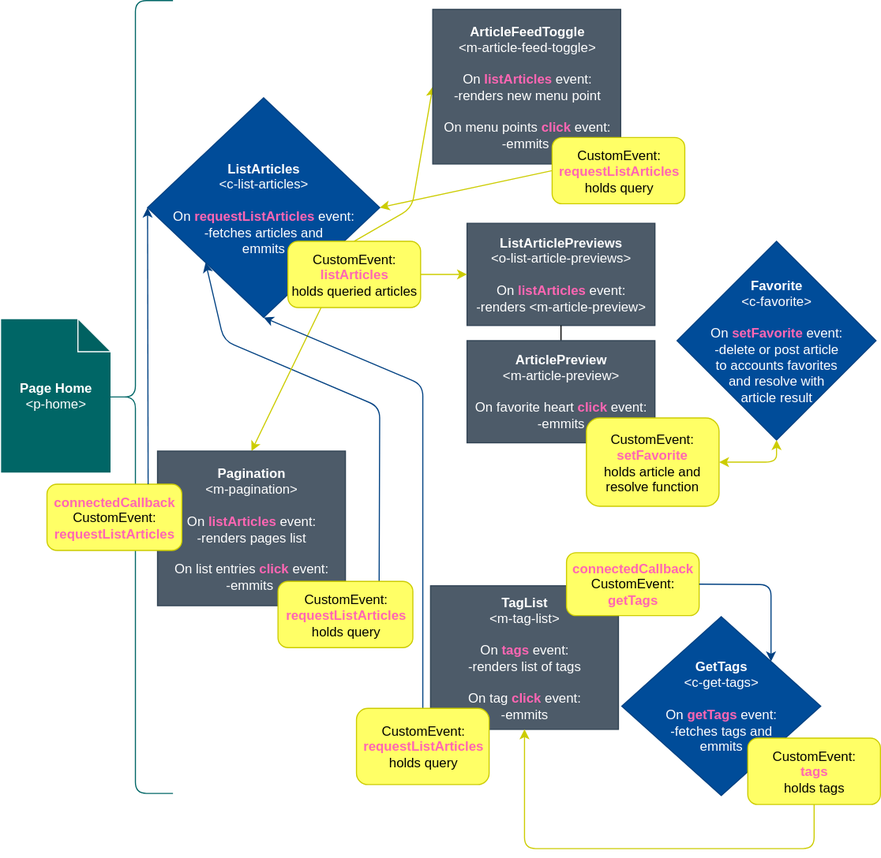
svetlyak40wt/event-driven-web-components-realworld-example-app keeps this draw.io diagram as diagrams/Home.drawio.svg. Above is the earlier version. Source tidied: cells renumbered, new cells last; positions are measured from the earlier drawing's top-left corner, leaving out a move shared by most shapes.
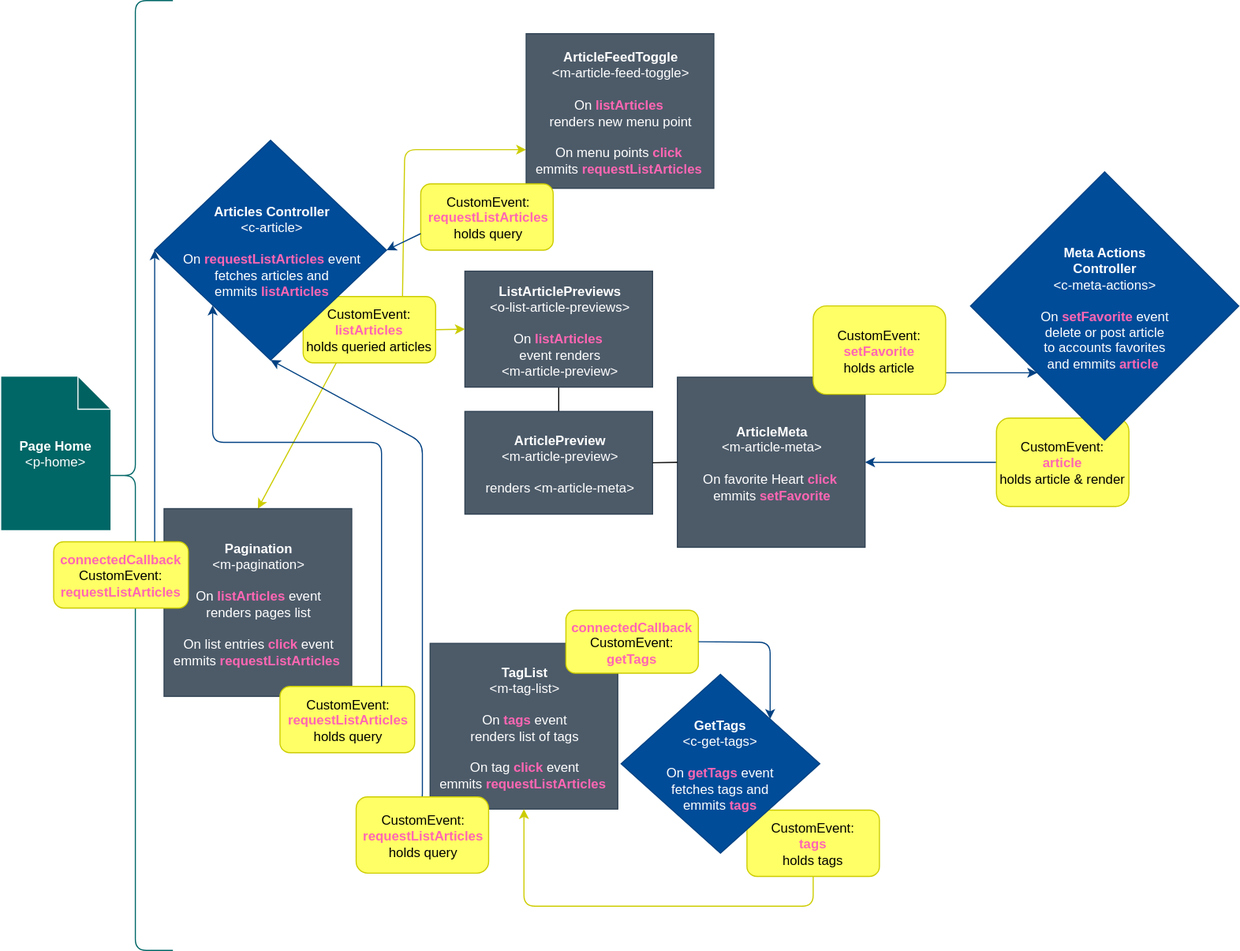
Later version of the same file.

Commit message:
docs: update chart for home

Diff of the diagram source:
```diff
@@ -4,2 +4,8 @@
     <mxCell id="1" parent="0" />
+    <mxCell id="38" style="edgeStyle=orthogonalEdgeStyle;rounded=0;jettySize=auto;html=1;exitX=0;exitY=0.5;exitDx=0;exitDy=0;strokeColor=#004182;" parent="1" edge="1" source="39" target="40">
+      <mxGeometry relative="1" as="geometry" />
+    </mxCell>
+    <mxCell id="39" value="&lt;span&gt;&lt;font color=&quot;#000000&quot;&gt;CustomEvent:&lt;/font&gt;&lt;br&gt;&lt;/span&gt;&lt;font color=&quot;#ff66b3&quot;&gt;&lt;b&gt;article&lt;/b&gt;&lt;/font&gt;&lt;br&gt;&lt;font color=&quot;#000000&quot;&gt;holds article &amp;amp; render&lt;br&gt;&lt;/font&gt;" style="rounded=1;whiteSpace=wrap;html=1;fillColor=#FFFF66;strokeColor=#CCCC00;fontColor=#ffffff;" parent="1" vertex="1">
+      <mxGeometry x="902" y="326" width="120" height="80" as="geometry" />
+    </mxCell>
     <mxCell id="2" value="&lt;span&gt;&lt;b&gt;Page Home&lt;/b&gt;&lt;/span&gt;&lt;br&gt;&lt;span&gt;&amp;lt;p-home&amp;gt;&lt;/span&gt;" style="shape=note;whiteSpace=wrap;html=1;backgroundOutline=1;darkOpacity=0.05;fillColor=#006666;strokeColor=#FFFFFF;fontColor=#ffffff;" parent="1" vertex="1">
@@ -7,6 +13,6 @@
     </mxCell>
-    <mxCell id="3" style="endArrow=classic;html=1;entryX=0;entryY=0.5;entryDx=0;entryDy=0;exitX=0.5;exitY=0;exitDx=0;exitDy=0;fillColor=#008a00;strokeColor=#CCCC00;" parent="1" edge="1" source="25" target="20">
+    <mxCell id="3" style="endArrow=classic;html=1;entryX=0;entryY=0.75;entryDx=0;entryDy=0;exitX=0.75;exitY=0;exitDx=0;exitDy=0;fillColor=#008a00;strokeColor=#CCCC00;" parent="1" edge="1" source="25" target="20">
       <mxGeometry relative="1" as="geometry">
         <Array as="points">
-          <mxPoint x="372" y="188" />
+          <mxPoint x="366" y="83" />
         </Array>
@@ -14,28 +20,8 @@
     </mxCell>
-    <mxCell id="4" style="endArrow=classic;html=1;exitX=0;exitY=0.5;exitDx=0;exitDy=0;fillColor=#0050ef;strokeColor=#CCCC00;entryX=1;entryY=0.5;entryDx=0;entryDy=0;" parent="1" edge="1" source="21" target="24">
-      <mxGeometry relative="1" as="geometry" />
-    </mxCell>
-    <mxCell id="5" value="&lt;b&gt;Favorite&lt;br&gt;&lt;/b&gt;&amp;lt;c-favorite&amp;gt;&lt;br&gt;&lt;br&gt;On &lt;font color=&quot;#ff66b3&quot;&gt;&lt;b&gt;setFavorite&lt;/b&gt;&lt;/font&gt;&amp;nbsp;event:&lt;br&gt;-delete or post article&lt;br&gt;to accounts favorites&lt;br&gt;and resolve with &lt;br&gt;article result" style="rhombus;whiteSpace=wrap;html=1;fillColor=#004C99;strokeColor=#004182;fontColor=#ffffff;" parent="1" vertex="1">
-      <mxGeometry x="612" y="218" width="180" height="180" as="geometry" />
-    </mxCell>
     <mxCell id="6" style="shape=curlyBracket;whiteSpace=wrap;html=1;rounded=1;fillColor=#006666;strokeColor=#006666;fontColor=#ffffff;" parent="1" vertex="1">
-      <mxGeometry x="88" width="68" height="718" as="geometry" />
+      <mxGeometry x="88" y="-52" width="68" height="860" as="geometry" />
     </mxCell>
-    <mxCell id="7" value="&lt;b&gt;ListArticlePreviews&lt;/b&gt;&lt;br&gt;&amp;lt;o-list-article-previews&amp;gt;&lt;br&gt;&lt;br&gt;On &lt;b&gt;&lt;font color=&quot;#ff66b3&quot;&gt;listArticles&lt;/font&gt;&lt;/b&gt;&amp;nbsp;event:&lt;br&gt;-renders &amp;lt;m-article-preview&amp;gt;" style="whiteSpace=wrap;html=1;fillColor=#4D5B69;strokeColor=#314354;fontColor=#ffffff;" parent="1" vertex="1">
-      <mxGeometry x="422" y="201.8" width="170" height="92.5" as="geometry" />
-    </mxCell>
-    <mxCell id="8" style="endArrow=classic;html=1;entryX=0;entryY=0.5;entryDx=0;entryDy=0;exitX=1;exitY=0.5;exitDx=0;exitDy=0;fillColor=#008a00;strokeColor=#CCCC00;" parent="1" edge="1" source="25" target="7">
-      <mxGeometry relative="1" as="geometry" />
-    </mxCell>
-    <mxCell id="9" style="endArrow=none;html=1;entryX=0.5;entryY=1;entryDx=0;entryDy=0;exitX=0.5;exitY=0;exitDx=0;exitDy=0;" parent="1" edge="1" source="17" target="7">
+    <mxCell id="9" style="endArrow=none;html=1;entryX=0.5;entryY=1;entryDx=0;entryDy=0;exitX=0.5;exitY=0;exitDx=0;exitDy=0;exitPerimeter=0;" parent="1" edge="1" source="17" target="7">
       <mxGeometry relative="1" as="geometry" />
     </mxCell>
-    <mxCell id="10" style="endArrow=classic;html=1;exitX=0.75;exitY=0;exitDx=0;exitDy=0;entryX=0;entryY=1;entryDx=0;entryDy=0;fillColor=#0050ef;strokeColor=#004182;" parent="1" edge="1" source="14" target="24">
-      <mxGeometry relative="1" as="geometry">
-        <Array as="points">
-          <mxPoint x="343" y="368" />
-          <mxPoint x="202" y="308" />
-        </Array>
-      </mxGeometry>
-    </mxCell>
     <mxCell id="11" style="endArrow=classic;html=1;entryX=0.5;entryY=0;entryDx=0;entryDy=0;exitX=0.25;exitY=1;exitDx=0;exitDy=0;fillColor=#008a00;strokeColor=#CCCC00;" parent="1" edge="1" source="25" target="13">
@@ -44,9 +30,9 @@
     <mxCell id="12" style="group;" parent="1" vertex="1">
-      <mxGeometry x="142" y="408" width="231" height="178" as="geometry" />
+      <mxGeometry x="148" y="408" width="231" height="178" as="geometry" />
     </mxCell>
-    <mxCell id="13" value="&lt;b&gt;Pagination&lt;/b&gt;&lt;br&gt;&amp;lt;m-pagination&amp;gt;&lt;br&gt;&lt;br&gt;On &lt;b&gt;&lt;font color=&quot;#ff66b3&quot;&gt;listArticles&lt;/font&gt;&lt;/b&gt;&amp;nbsp;event:&lt;br&gt;-renders pages list&lt;br&gt;&lt;br&gt;On list entries&amp;nbsp;&lt;font color=&quot;#ff66b3&quot;&gt;&lt;b&gt;click&lt;/b&gt;&lt;/font&gt; event:&lt;br&gt;-emmits&amp;nbsp;" style="whiteSpace=wrap;html=1;fillColor=#4D5B69;strokeColor=#314354;fontColor=#ffffff;" parent="12" vertex="1">
-      <mxGeometry width="170" height="140" as="geometry" />
+    <mxCell id="13" value="&lt;b&gt;Pagination&lt;/b&gt;&lt;br&gt;&amp;lt;m-pagination&amp;gt;&lt;br&gt;&lt;br&gt;On &lt;b&gt;&lt;font color=&quot;#ff66b3&quot;&gt;listArticles&lt;/font&gt;&lt;/b&gt;&amp;nbsp;event&lt;br&gt;renders pages list&lt;br&gt;&lt;br&gt;On list entries&amp;nbsp;&lt;font color=&quot;#ff66b3&quot;&gt;&lt;b&gt;click&lt;/b&gt;&lt;/font&gt; event&lt;br&gt;emmits &lt;b&gt;&lt;font color=&quot;#ff66b3&quot;&gt;requestListArticles&amp;nbsp;&lt;/font&gt;&lt;/b&gt;" style="whiteSpace=wrap;html=1;fillColor=#4D5B69;strokeColor=#314354;fontColor=#ffffff;" parent="12" vertex="1">
+      <mxGeometry width="170" height="170" as="geometry" />
     </mxCell>
     <mxCell id="14" value="&lt;span&gt;&lt;font color=&quot;#000000&quot;&gt;CustomEvent:&lt;/font&gt;&lt;br&gt;&lt;/span&gt;&lt;font color=&quot;#ff66b3&quot;&gt;&lt;b&gt;requestListArticles&lt;/b&gt;&lt;/font&gt;&lt;br&gt;&lt;font color=&quot;#000000&quot;&gt;holds query&lt;/font&gt;" style="rounded=1;whiteSpace=wrap;html=1;fillColor=#FFFF66;strokeColor=#CCCC00;fontColor=#ffffff;" parent="12" vertex="1">
-      <mxGeometry x="109" y="118" width="122" height="60" as="geometry" />
+      <mxGeometry x="105" y="161" width="122" height="60" as="geometry" />
     </mxCell>
@@ -56,31 +42,37 @@
     <mxCell id="16" style="group;" parent="1" vertex="1">
-      <mxGeometry x="422" y="308" width="228" height="150" as="geometry" />
+      <mxGeometry x="420.5" y="320" width="362" height="150" as="geometry" />
     </mxCell>
-    <mxCell id="17" value="&lt;b&gt;ArticlePreview&lt;br&gt;&lt;/b&gt;&amp;lt;m-article-preview&amp;gt;&lt;br&gt;&lt;br&gt;On favorite heart&amp;nbsp;&lt;font color=&quot;#ff66b3&quot;&gt;&lt;b&gt;click&lt;/b&gt;&lt;/font&gt;&amp;nbsp;event:&lt;br&gt;-emmits" style="whiteSpace=wrap;html=1;fillColor=#4D5B69;strokeColor=#314354;fontColor=#ffffff;" parent="16" vertex="1">
-      <mxGeometry width="170" height="92.5" as="geometry" />
+    <mxCell id="17" value="&lt;b&gt;ArticlePreview&lt;br&gt;&lt;/b&gt;&amp;lt;m-article-preview&amp;gt;&lt;br&gt;&lt;br&gt;renders &amp;lt;m-article-meta&amp;gt;" style="whiteSpace=wrap;html=1;fillColor=#4D5B69;strokeColor=#314354;fontColor=#ffffff;" parent="16" vertex="1">
+      <mxGeometry width="170" height="93" as="geometry" />
     </mxCell>
-    <mxCell id="18" value="&lt;span&gt;&lt;font color=&quot;#000000&quot;&gt;CustomEvent:&lt;/font&gt;&lt;br&gt;&lt;/span&gt;&lt;font color=&quot;#ff66b3&quot;&gt;&lt;b&gt;setFavorite&lt;/b&gt;&lt;/font&gt;&lt;br&gt;&lt;font color=&quot;#000000&quot;&gt;holds article and resolve function&lt;/font&gt;" style="rounded=1;whiteSpace=wrap;html=1;fillColor=#FFFF66;strokeColor=#CCCC00;fontColor=#ffffff;" parent="16" vertex="1">
-      <mxGeometry x="108" y="70" width="120" height="80" as="geometry" />
-    </mxCell>
     <mxCell id="19" style="group;" parent="1" vertex="1">
-      <mxGeometry x="391" y="8" width="228" height="176" as="geometry" />
+      <mxGeometry x="476" y="-22" width="228" height="176" as="geometry" />
     </mxCell>
-    <mxCell id="20" value="&lt;b&gt;ArticleFeedToggle&lt;/b&gt;&lt;br&gt;&amp;lt;m-article-feed-toggle&amp;gt;&lt;br&gt;&lt;br&gt;On &lt;font color=&quot;#ff66b3&quot;&gt;&lt;b&gt;listArticles&lt;/b&gt;&lt;/font&gt;&amp;nbsp;event:&lt;br&gt;-renders new menu point&lt;br&gt;&lt;br&gt;On menu points &lt;font color=&quot;#ff66b3&quot;&gt;&lt;b&gt;click&lt;/b&gt;&lt;/font&gt; event:&lt;br&gt;-emmits&amp;nbsp;" style="whiteSpace=wrap;html=1;fillColor=#4D5B69;strokeColor=#314354;fontColor=#ffffff;" parent="19" vertex="1">
+    <mxCell id="20" value="&lt;b&gt;ArticleFeedToggle&lt;/b&gt;&lt;br&gt;&amp;lt;m-article-feed-toggle&amp;gt;&lt;br&gt;&lt;br&gt;On &lt;font color=&quot;#ff66b3&quot;&gt;&lt;b&gt;listArticles&lt;/b&gt;&lt;/font&gt;&amp;nbsp;&lt;br&gt;renders new menu point&lt;br&gt;&lt;br&gt;On menu points &lt;font color=&quot;#ff66b3&quot;&gt;&lt;b&gt;click&amp;nbsp;&lt;br&gt;&lt;/b&gt;&lt;/font&gt;emmits &lt;font color=&quot;#ff66b3&quot;&gt;&lt;b&gt;requestListArticles&amp;nbsp;&lt;/b&gt;&lt;/font&gt;" style="whiteSpace=wrap;html=1;fillColor=#4D5B69;strokeColor=#314354;fontColor=#ffffff;align=center;" parent="19" vertex="1">
       <mxGeometry width="170" height="140" as="geometry" />
     </mxCell>
-    <mxCell id="21" value="&lt;span&gt;&lt;font color=&quot;#000000&quot;&gt;CustomEvent:&lt;/font&gt;&lt;br&gt;&lt;/span&gt;&lt;font color=&quot;#ff66b3&quot;&gt;&lt;b&gt;requestListArticles&lt;/b&gt;&lt;/font&gt;&lt;br&gt;&lt;font color=&quot;#000000&quot;&gt;holds query&lt;/font&gt;" style="rounded=1;whiteSpace=wrap;html=1;fillColor=#FFFF66;strokeColor=#CCCC00;fontColor=#ffffff;" parent="19" vertex="1">
-      <mxGeometry x="108" y="116" width="120" height="60" as="geometry" />
-    </mxCell>
     <mxCell id="22" style="group;" parent="1" vertex="1">
-      <mxGeometry x="192" y="68" width="247" height="199" as="geometry" />
+      <mxGeometry x="199.5" y="66" width="391" height="233" as="geometry" />
     </mxCell>
     <mxCell id="23" style="group;" parent="22" vertex="1">
-      <mxGeometry x="-59" y="20" width="247" height="199" as="geometry" />
+      <mxGeometry x="-29.5" y="34" width="330.5" height="199" as="geometry" />
     </mxCell>
+    <mxCell id="25" value="&lt;span&gt;&lt;font color=&quot;#000000&quot;&gt;CustomEvent:&lt;/font&gt;&lt;br&gt;&lt;/span&gt;&lt;b style=&quot;color: rgb(255 , 102 , 179)&quot;&gt;listArticles&lt;br&gt;&lt;/b&gt;&lt;font color=&quot;#000000&quot;&gt;holds queried articles&lt;/font&gt;" style="rounded=1;whiteSpace=wrap;html=1;fillColor=#FFFF66;strokeColor=#CCCC00;fontColor=#ffffff;" parent="23" vertex="1">
+      <mxGeometry x="104" y="116" width="120" height="60" as="geometry" />
+    </mxCell>
-    <mxCell id="24" value="&lt;b&gt;ListArticles&lt;/b&gt;&lt;br&gt;&amp;lt;c-list-articles&amp;gt;&lt;br&gt;&lt;br&gt;On&amp;nbsp;&lt;font color=&quot;#ff66b3&quot;&gt;&lt;b&gt;requestListArticles&lt;/b&gt;&lt;/font&gt;&amp;nbsp;event:&lt;br&gt;-fetches articles and&lt;br&gt;emmits" style="rhombus;whiteSpace=wrap;html=1;fillColor=#004C99;strokeColor=#004182;fontColor=#ffffff;" parent="23" vertex="1">
-      <mxGeometry width="210" height="199" as="geometry" />
+    <mxCell id="24" value="&lt;b&gt;Articles Controller&lt;/b&gt;&lt;br&gt;&amp;lt;c-article&amp;gt;&lt;br&gt;&lt;br&gt;On&amp;nbsp;&lt;font color=&quot;#ff66b3&quot;&gt;&lt;b&gt;requestListArticles&lt;/b&gt;&lt;/font&gt;&amp;nbsp;event &lt;br&gt;fetches articles and&lt;br&gt;emmits &lt;b&gt;&lt;font color=&quot;#ff66b3&quot;&gt;listArticles&lt;/font&gt;&lt;/b&gt;" style="rhombus;whiteSpace=wrap;html=1;fillColor=#004C99;strokeColor=#004182;fontColor=#ffffff;" parent="23" vertex="1">
+      <mxGeometry x="-30.5" y="-25.5" width="210" height="199" as="geometry" />
     </mxCell>
-    <mxCell id="25" value="&lt;span&gt;&lt;font color=&quot;#000000&quot;&gt;CustomEvent:&lt;/font&gt;&lt;br&gt;&lt;/span&gt;&lt;font color=&quot;#ff66b3&quot;&gt;&lt;b&gt;listArticles&lt;/b&gt;&lt;/font&gt;&lt;br&gt;&lt;font color=&quot;#000000&quot;&gt;holds queried articles&lt;/font&gt;" style="rounded=1;whiteSpace=wrap;html=1;fillColor=#FFFF66;strokeColor=#CCCC00;fontColor=#ffffff;" parent="23" vertex="1">
-      <mxGeometry x="127" y="130" width="120" height="60" as="geometry" />
-    </mxCell>
+    <mxCell id="21" value="&lt;span&gt;&lt;font color=&quot;#000000&quot;&gt;CustomEvent:&lt;/font&gt;&lt;br&gt;&lt;/span&gt;&lt;font color=&quot;#ff66b3&quot;&gt;&lt;b&gt;requestListArticles&lt;/b&gt;&lt;/font&gt;&lt;br&gt;&lt;font color=&quot;#000000&quot;&gt;holds query&lt;/font&gt;" style="rounded=1;whiteSpace=wrap;html=1;fillColor=#FFFF66;strokeColor=#CCCC00;fontColor=#ffffff;" parent="23" vertex="1">
+      <mxGeometry x="210.5" y="14" width="120" height="60" as="geometry" />
+    </mxCell>
+    <mxCell id="4" style="endArrow=classic;html=1;exitX=0;exitY=0.75;exitDx=0;exitDy=0;fillColor=#0050ef;strokeColor=#004182;entryX=1;entryY=0.5;entryDx=0;entryDy=0;" parent="23" edge="1" source="21" target="24">
+      <mxGeometry relative="1" as="geometry" />
+    </mxCell>
+    <mxCell id="7" value="&lt;b&gt;ListArticlePreviews&lt;/b&gt;&lt;br&gt;&amp;lt;o-list-article-previews&amp;gt;&lt;br&gt;&lt;br&gt;On&amp;nbsp;&lt;b style=&quot;color: rgb(255 , 102 , 179)&quot;&gt;listArticles&amp;nbsp;&lt;br&gt;&lt;/b&gt;event&amp;nbsp;renders &lt;br&gt;&amp;lt;m-article-preview&amp;gt;" style="whiteSpace=wrap;html=1;fillColor=#4D5B69;strokeColor=#314354;fontColor=#ffffff;" parent="22" vertex="1">
+      <mxGeometry x="221" y="127" width="170" height="105" as="geometry" />
+    </mxCell>
+    <mxCell id="8" style="endArrow=classic;html=1;entryX=0;entryY=0.5;entryDx=0;entryDy=0;exitX=1;exitY=0.5;exitDx=0;exitDy=0;fillColor=#008a00;strokeColor=#CCCC00;" parent="22" edge="1" source="25" target="7">
+      <mxGeometry relative="1" as="geometry" />
+    </mxCell>
     <mxCell id="26" style="group;" parent="1" vertex="1">
@@ -88,4 +80,4 @@
     </mxCell>
-    <mxCell id="27" value="&lt;b&gt;TagList&lt;br&gt;&lt;/b&gt;&amp;lt;m-tag-list&amp;gt;&lt;br&gt;&lt;br&gt;On&amp;nbsp;&lt;font color=&quot;#ff66b3&quot;&gt;&lt;b&gt;tags&lt;/b&gt;&lt;/font&gt;&amp;nbsp;event:&lt;br&gt;-renders list of tags&lt;br&gt;&lt;br&gt;On tag&amp;nbsp;&lt;font color=&quot;#ff66b3&quot;&gt;&lt;b&gt;click&lt;/b&gt;&lt;/font&gt;&amp;nbsp;event:&lt;br&gt;-emmits" style="whiteSpace=wrap;html=1;fillColor=#4D5B69;strokeColor=#314354;fontColor=#ffffff;" parent="26" vertex="1">
-      <mxGeometry width="170" height="130" as="geometry" />
+    <mxCell id="27" value="&lt;b&gt;TagList&lt;br&gt;&lt;/b&gt;&amp;lt;m-tag-list&amp;gt;&lt;br&gt;&lt;br&gt;On&amp;nbsp;&lt;font color=&quot;#ff66b3&quot;&gt;&lt;b&gt;tags&lt;/b&gt;&lt;/font&gt;&amp;nbsp;event&lt;br&gt;renders list of tags&lt;br&gt;&lt;br&gt;On tag&amp;nbsp;&lt;font color=&quot;#ff66b3&quot;&gt;&lt;b&gt;click&lt;/b&gt;&lt;/font&gt;&amp;nbsp;event&lt;br&gt;emmits&amp;nbsp;&lt;b&gt;&lt;font color=&quot;#ff66b3&quot;&gt;requestListArticles&amp;nbsp;&lt;/font&gt;&lt;/b&gt;" style="whiteSpace=wrap;html=1;fillColor=#4D5B69;strokeColor=#314354;fontColor=#ffffff;" parent="26" vertex="1">
+      <mxGeometry width="170" height="150" as="geometry" />
     </mxCell>
@@ -105,17 +97,10 @@
     </mxCell>
+    <mxCell id="32" value="&lt;span&gt;&lt;font color=&quot;#000000&quot;&gt;CustomEvent:&lt;br&gt;&lt;/font&gt;&lt;/span&gt;&lt;font color=&quot;#ff66b3&quot;&gt;&lt;b&gt;tags&lt;/b&gt;&lt;/font&gt;&lt;br&gt;&lt;font color=&quot;#000000&quot;&gt;holds tags&lt;/font&gt;" style="rounded=1;whiteSpace=wrap;html=1;fillColor=#FFFF66;strokeColor=#CCCC00;fontColor=#ffffff;" parent="30" vertex="1">
+      <mxGeometry x="114" y="123" width="120" height="60" as="geometry" />
+    </mxCell>
-    <mxCell id="31" value="&lt;b&gt;GetTags&lt;br&gt;&lt;/b&gt;&amp;lt;c-get-tags&amp;gt;&lt;br&gt;&lt;br&gt;On &lt;font color=&quot;#ff66b3&quot;&gt;&lt;b&gt;getTags&lt;/b&gt;&lt;/font&gt;&amp;nbsp;event:&lt;br&gt;-fetches tags and&lt;br&gt;emmits" style="rhombus;whiteSpace=wrap;html=1;fillColor=#004C99;strokeColor=#004182;fontColor=#ffffff;" parent="30" vertex="1">
+    <mxCell id="31" value="&lt;b&gt;GetTags&lt;br&gt;&lt;/b&gt;&amp;lt;c-get-tags&amp;gt;&lt;br&gt;&lt;br&gt;On &lt;font color=&quot;#ff66b3&quot;&gt;&lt;b&gt;getTags&lt;/b&gt;&lt;/font&gt;&amp;nbsp;event &lt;br&gt;fetches tags and&lt;br&gt;emmits &lt;b&gt;&lt;font color=&quot;#ff66b3&quot;&gt;tags&lt;/font&gt;&lt;/b&gt;" style="rhombus;whiteSpace=wrap;html=1;fillColor=#004C99;strokeColor=#004182;fontColor=#ffffff;" parent="30" vertex="1">
       <mxGeometry width="180" height="162" as="geometry" />
     </mxCell>
-    <mxCell id="32" value="&lt;span&gt;&lt;font color=&quot;#000000&quot;&gt;CustomEvent:&lt;br&gt;&lt;/font&gt;&lt;/span&gt;&lt;font color=&quot;#ff66b3&quot;&gt;&lt;b&gt;tags&lt;/b&gt;&lt;/font&gt;&lt;br&gt;&lt;font color=&quot;#000000&quot;&gt;holds tags&lt;/font&gt;" style="rounded=1;whiteSpace=wrap;html=1;fillColor=#FFFF66;strokeColor=#CCCC00;fontColor=#ffffff;" parent="30" vertex="1">
-      <mxGeometry x="114" y="110" width="120" height="60" as="geometry" />
-    </mxCell>
-    <mxCell id="33" style="endArrow=classic;startArrow=classic;html=1;entryX=0.5;entryY=1;entryDx=0;entryDy=0;exitX=1;exitY=0.5;exitDx=0;exitDy=0;fillColor=#008a00;strokeColor=#CCCC00;" parent="1" edge="1" source="18" target="5">
-      <mxGeometry relative="1" as="geometry">
-        <Array as="points">
-          <mxPoint x="702" y="418" />
-        </Array>
-      </mxGeometry>
-    </mxCell>
     <mxCell id="34" value="&lt;span&gt;&lt;font color=&quot;#000000&quot;&gt;CustomEvent:&lt;/font&gt;&lt;br&gt;&lt;/span&gt;&lt;b&gt;&lt;font color=&quot;#ff66b3&quot;&gt;requestListArticles&lt;/font&gt;&lt;/b&gt;&lt;br&gt;&lt;font color=&quot;#000000&quot;&gt;holds query&lt;/font&gt;" style="rounded=1;whiteSpace=wrap;html=1;fillColor=#FFFF66;strokeColor=#CCCC00;fontColor=#ffffff;" parent="1" vertex="1">
-      <mxGeometry x="322" y="641" width="120" height="69" as="geometry" />
+      <mxGeometry x="322" y="669" width="120" height="69" as="geometry" />
     </mxCell>
@@ -139,2 +124,25 @@
     </mxCell>
+    <mxCell id="5" value="&lt;b&gt;Meta Actions&lt;br&gt;Controller&lt;br&gt;&lt;/b&gt;&amp;lt;c-meta-actions&amp;gt;&lt;br&gt;&lt;br&gt;On &lt;font color=&quot;#ff66b3&quot;&gt;&lt;b&gt;setFavorite&lt;/b&gt;&lt;/font&gt;&amp;nbsp;event&lt;br&gt;delete or post article &lt;br&gt;to accounts favorites &lt;br&gt;and emmits &lt;b&gt;&lt;font color=&quot;#ff66b3&quot;&gt;article&amp;nbsp;&lt;/font&gt;&lt;/b&gt;" style="rhombus;whiteSpace=wrap;html=1;fillColor=#004C99;strokeColor=#004182;fontColor=#ffffff;" parent="1" vertex="1">
+      <mxGeometry x="878.5" y="103" width="243" height="243" as="geometry" />
+    </mxCell>
+    <mxCell id="40" value="&lt;b&gt;ArticleMeta&lt;br&gt;&lt;/b&gt;&amp;lt;m-article-meta&amp;gt;&lt;br&gt;&lt;br&gt;On favorite Heart&amp;nbsp;&lt;font color=&quot;#ff66b3&quot;&gt;&lt;b&gt;click&lt;/b&gt;&lt;/font&gt;&amp;nbsp;&lt;br&gt;emmits &lt;b&gt;&lt;font color=&quot;#ff66b3&quot;&gt;setFavorite&lt;/font&gt;&lt;/b&gt;" style="whiteSpace=wrap;html=1;fillColor=#4D5B69;strokeColor=#314354;fontColor=#ffffff;" parent="1" vertex="1">
+      <mxGeometry x="613" y="289" width="170" height="154" as="geometry" />
+    </mxCell>
+    <mxCell id="41" style="endArrow=none;html=1;strokeColor=#000000;entryX=0;entryY=0.5;entryDx=0;entryDy=0;exitX=1;exitY=0.5;exitDx=0;exitDy=0;" parent="1" edge="1" source="17" target="40">
+      <mxGeometry relative="1" as="geometry" />
+    </mxCell>
+    <mxCell id="33" style="edgeStyle=orthogonalEdgeStyle;rounded=1;jettySize=auto;html=1;exitX=1;exitY=0.75;exitDx=0;exitDy=0;entryX=0;entryY=1;entryDx=0;entryDy=0;strokeColor=#004182;" parent="1" edge="1" source="18" target="5">
+      <mxGeometry relative="1" as="geometry" />
+    </mxCell>
+    <mxCell id="18" value="&lt;span&gt;&lt;font color=&quot;#000000&quot;&gt;CustomEvent:&lt;/font&gt;&lt;br&gt;&lt;/span&gt;&lt;font color=&quot;#ff66b3&quot;&gt;&lt;b&gt;setFavorite&lt;/b&gt;&lt;/font&gt;&lt;br&gt;&lt;font color=&quot;#000000&quot;&gt;holds article&lt;br&gt;&lt;/font&gt;" style="rounded=1;whiteSpace=wrap;html=1;fillColor=#FFFF66;strokeColor=#CCCC00;fontColor=#ffffff;" parent="1" vertex="1">
+      <mxGeometry x="736" y="224.5" width="120" height="80" as="geometry" />
+    </mxCell>
+    <mxCell id="10" style="edgeStyle=orthogonalEdgeStyle;rounded=1;jettySize=auto;html=1;exitX=0.75;exitY=0;exitDx=0;exitDy=0;entryX=0;entryY=1;entryDx=0;entryDy=0;strokeColor=#004182;" parent="1" edge="1" source="14" target="24">
+      <mxGeometry relative="1" as="geometry">
+        <Array as="points">
+          <mxPoint x="345" y="348" />
+          <mxPoint x="192" y="348" />
+        </Array>
+      </mxGeometry>
+    </mxCell>
   </root>
```
